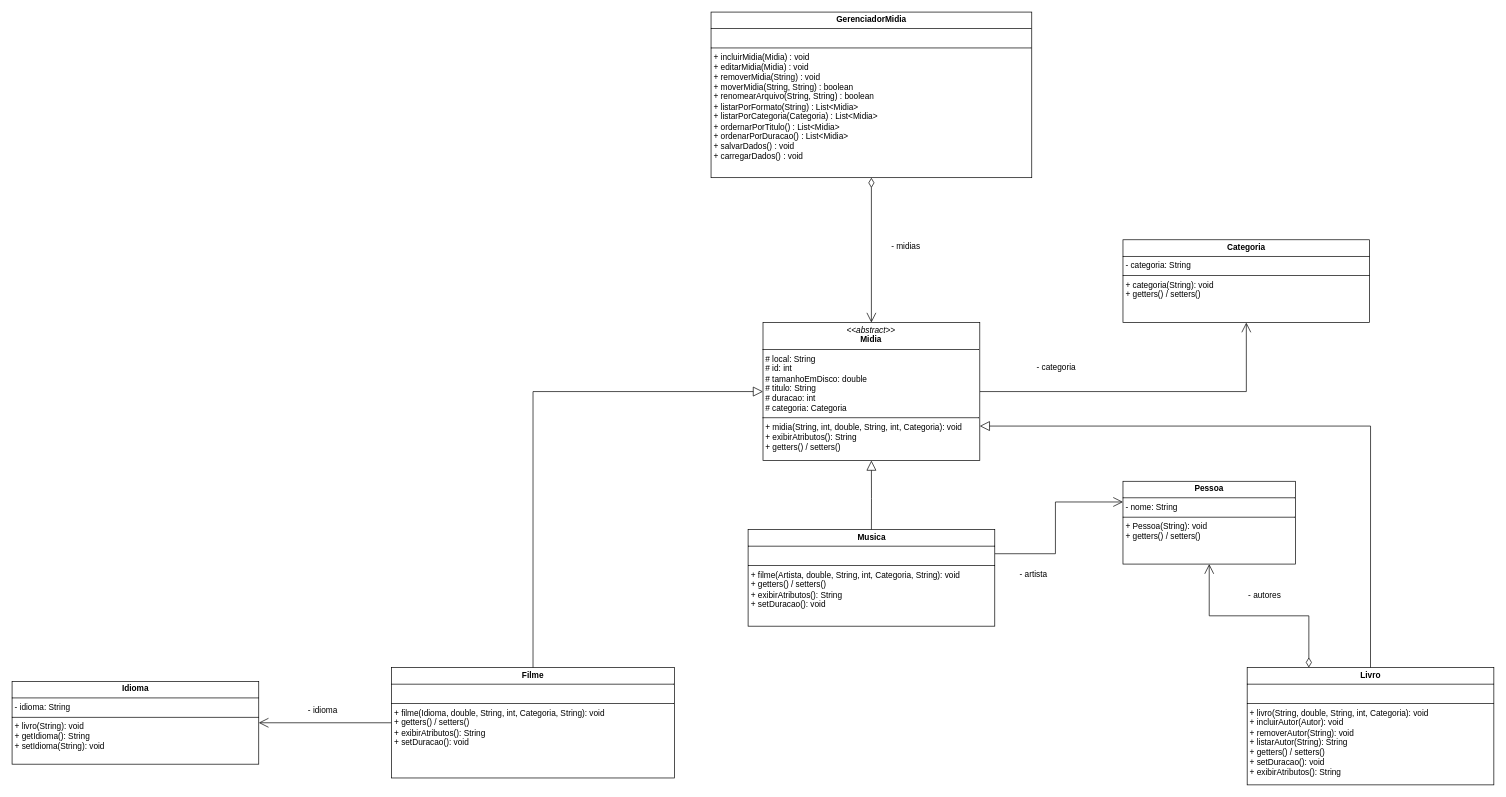
LauraBarauna/GerenciadorMidias keeps this draw.io diagram as src/resources/UML-gerenciador-midias.drawio. Above is the earlier version. Source tidied: cells renumbered, new cells numbered last; positions are measured from the earlier drawing's top-left corner, leaving out a move shared by most shapes. Both pictures are drawn from the tidied source at 69%, with x=0, y=0 at pixel (12, 12).
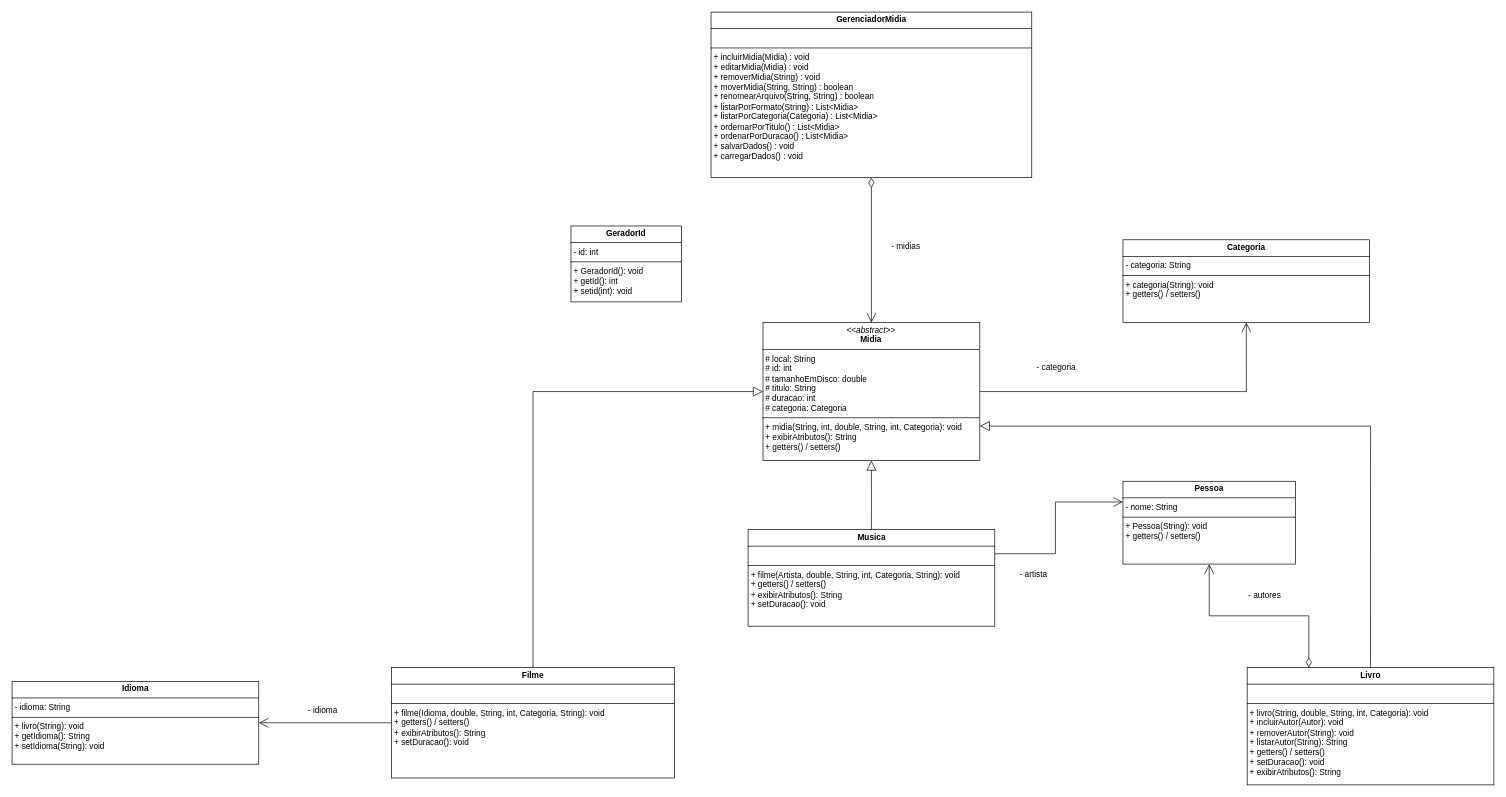
Above is the later version.

Commit message (it also covers changes not shown here):
feat: cria model GeradorId para gerar ids automáticamente

Diff of the diagram source:
```diff
@@
+    <mxCell id="23" value="&lt;p style=&quot;margin:0px;margin-top:4px;text-align:center;&quot;&gt;&lt;b&gt;GeradorId&lt;/b&gt;&lt;/p&gt;&lt;hr size=&quot;1&quot; style=&quot;border-style:solid;&quot;&gt;&lt;p style=&quot;margin:0px;margin-left:4px;&quot;&gt;- id: int&lt;/p&gt;&lt;hr size=&quot;1&quot; style=&quot;border-style:solid;&quot;&gt;&lt;p style=&quot;margin:0px;margin-left:4px;&quot;&gt;+ GeradorId(): void&lt;/p&gt;&lt;p style=&quot;margin:0px;margin-left:4px;&quot;&gt;+ getId(): int&lt;/p&gt;&lt;p style=&quot;margin:0px;margin-left:4px;&quot;&gt;+ setid(int): void&lt;/p&gt;" style="verticalAlign=top;align=left;overflow=fill;html=1;whiteSpace=wrap;" parent="1" vertex="1">
+      <mxGeometry x="810" y="310" width="160" height="110" as="geometry" />
+    </mxCell>
```
